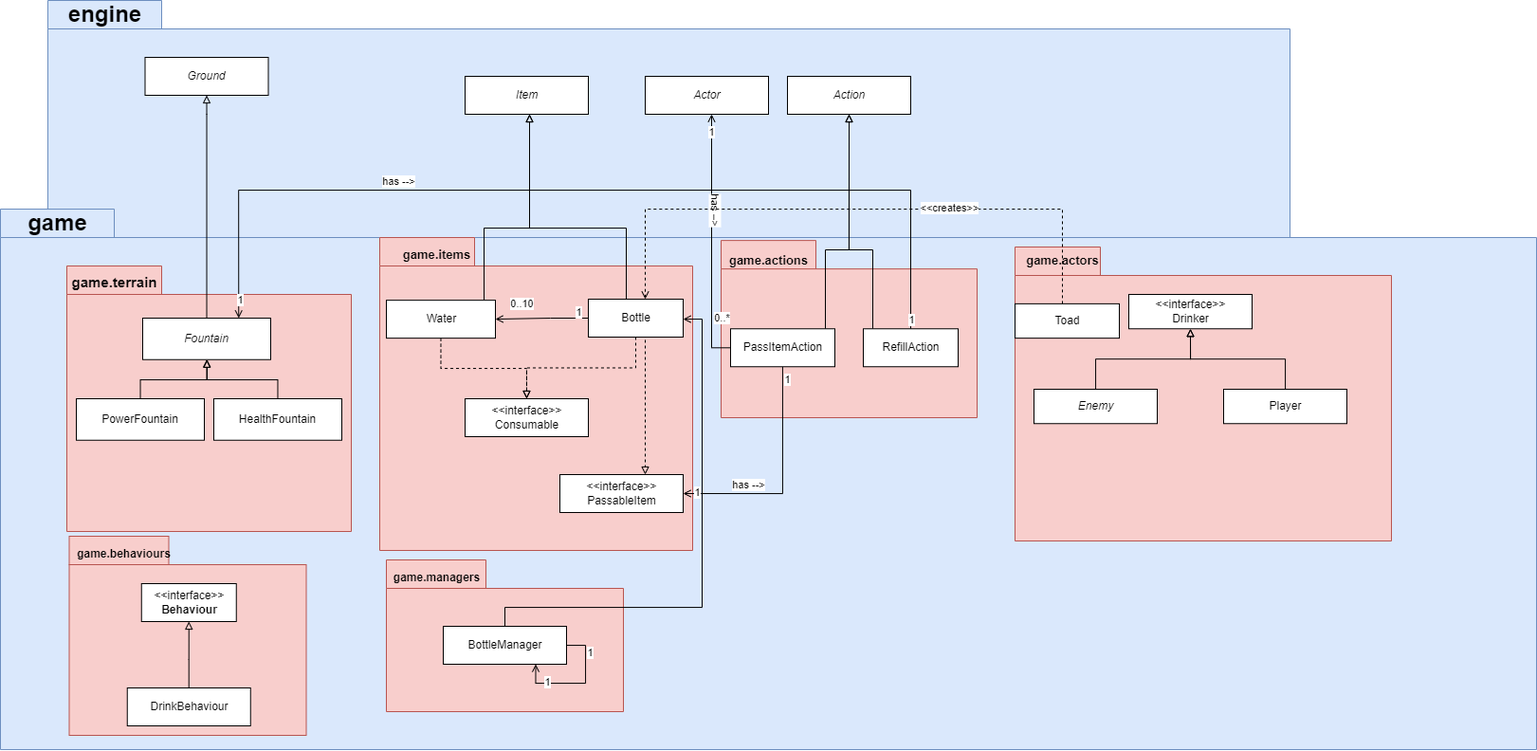
IvanChann/Mario.... keeps this draw.io diagram as docs/A3 REQ3 UML Diagram by Andy.png. Above is the earlier version. Source tidied: cells renumbered, new cells last; positions are measured from the earlier drawing's top-left corner, leaving out a move shared by most shapes.
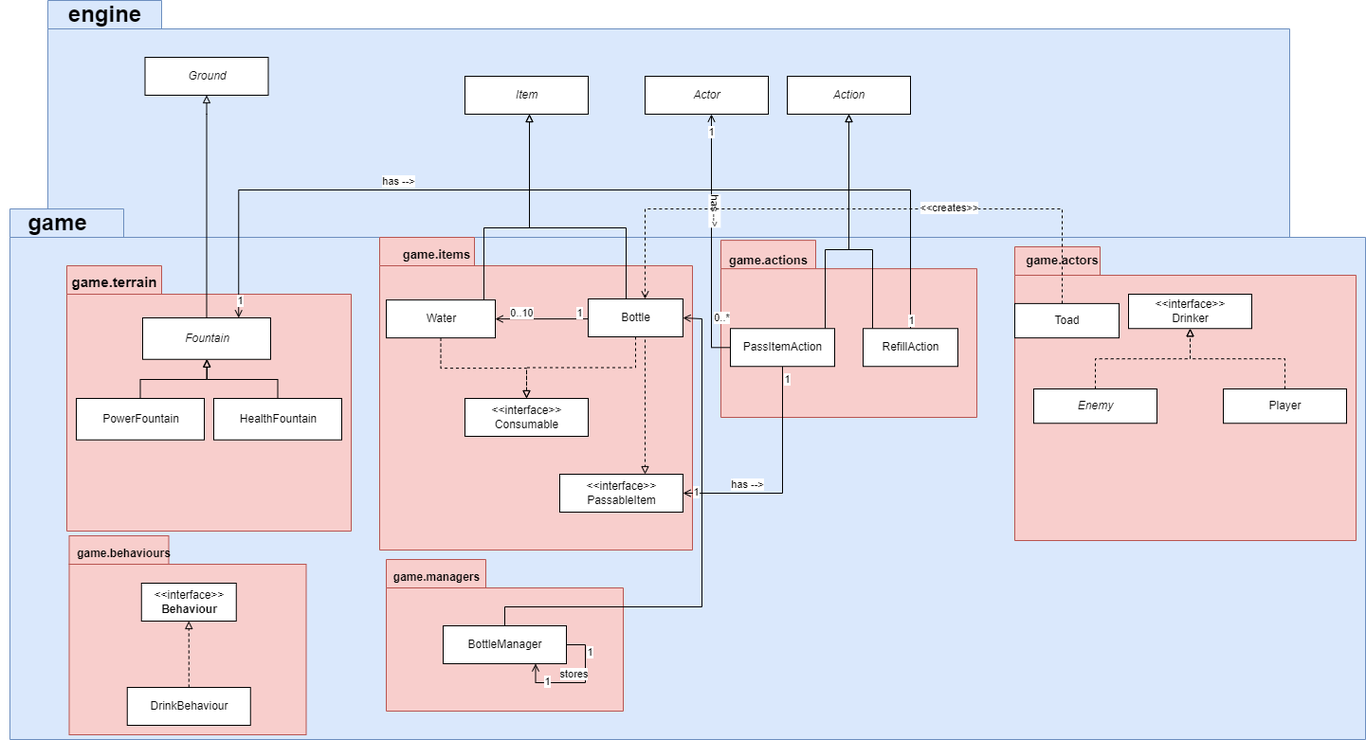
After the change.

Commit message:
Fixed some errors in A3 REQ3 UML diagram

Diff of the diagram source:
```diff
@@ -6,7 +6,7 @@
       <mxGeometry x="50" width="1310" height="250" as="geometry" />
     </mxCell>
     <mxCell id="3" style="shape=folder;fontStyle=1;spacingTop=10;tabWidth=120;tabHeight=30;tabPosition=left;html=1;fillColor=#dae8fc;strokeColor=#6c8ebf;" parent="1" vertex="1">
-      <mxGeometry y="220" width="1620" height="570" as="geometry" />
+      <mxGeometry x="10" y="220" width="1430" height="560" as="geometry" />
     </mxCell>
     <mxCell id="4" style="shape=folder;fontStyle=1;spacingTop=10;tabWidth=100;tabHeight=30;tabPosition=left;html=1;fillColor=#f8cecc;strokeColor=#b85450;" parent="1" vertex="1">
       <mxGeometry x="760" y="253.1" width="270" height="186.9" as="geometry" />
@@ -21,12 +21,12 @@
       <mxGeometry x="50" width="120" height="30" as="geometry" />
     </mxCell>
     <mxCell id="8" style="shape=folder;fontStyle=1;spacingTop=10;tabWidth=90;tabHeight=30;tabPosition=left;html=1;fillColor=#f8cecc;strokeColor=#b85450;" parent="1" vertex="1">
-      <mxGeometry x="1070" y="260" width="397" height="310" as="geometry" />
+      <mxGeometry x="1070" y="260" width="360" height="310" as="geometry" />
     </mxCell>
     <mxCell id="9" value="&lt;i&gt;Item&lt;/i&gt;" style="html=1;" parent="1" vertex="1">
       <mxGeometry x="490" y="80" width="130" height="40" as="geometry" />
     </mxCell>
-    <mxCell id="10" style="edgeStyle=orthogonalEdgeStyle;rounded=0;jettySize=auto;html=1;entryX=0.5;entryY=1;entryDx=0;entryDy=0;endArrow=block;endFill=0;" parent="1" edge="1" source="11" target="57">
+    <mxCell id="10" style="edgeStyle=orthogonalEdgeStyle;rounded=0;jettySize=auto;html=1;entryX=0.5;entryY=1;entryDx=0;entryDy=0;endArrow=block;endFill=0;dashed=1;" parent="1" edge="1" source="11" target="57">
       <mxGeometry relative="1" as="geometry" />
     </mxCell>
     <mxCell id="11" value="&lt;i&gt;Enemy&lt;/i&gt;" style="html=1;" parent="1" vertex="1">
@@ -62,11 +62,9 @@
       </mxGeometry>
     </mxCell>
     <mxCell id="20" value="0..10" style="edgeStyle=orthogonalEdgeStyle;rounded=0;jettySize=auto;html=1;endArrow=open;endFill=0;entryX=1;entryY=0.5;entryDx=0;entryDy=0;exitX=0;exitY=0.5;exitDx=0;exitDy=0;" parent="1" edge="1" source="43" target="24">
-      <mxGeometry x="0.42" y="-16" relative="1" as="geometry">
+      <mxGeometry x="0.43" y="-6" relative="1" as="geometry">
         <Array as="points">
-          <mxPoint x="580" y="335" />
-          <mxPoint x="610" y="336" />
-          <mxPoint x="522" y="335" />
+          <mxPoint x="620" y="336" />
         </Array>
       </mxGeometry>
     </mxCell>
@@ -217,6 +215,11 @@
     <mxCell id="50" value="1" style="edgeLabel;html=1;align=center;verticalAlign=middle;" parent="48" vertex="1">
       <mxGeometry x="0.53" y="-2" relative="1" as="geometry" />
     </mxCell>
+    <mxCell id="71" value="stores" style="edgeLabel;html=1;align=center;verticalAlign=middle;" parent="48" vertex="1">
+      <mxGeometry x="0.1" y="-1" relative="1" as="geometry">
+        <mxPoint y="-9" as="offset" />
+      </mxGeometry>
+    </mxCell>
     <mxCell id="51" style="edgeStyle=orthogonalEdgeStyle;rounded=0;jettySize=auto;html=1;entryX=0.5;entryY=1;entryDx=0;entryDy=0;endArrow=block;endFill=0;" parent="1" edge="1" source="56" target="61">
       <mxGeometry relative="1" as="geometry">
         <Array as="points">
@@ -266,7 +269,7 @@
     <mxCell id="61" value="&lt;i&gt;Action&lt;/i&gt;" style="html=1;" parent="1" vertex="1">
       <mxGeometry x="830" y="80" width="130" height="40" as="geometry" />
     </mxCell>
-    <mxCell id="62" style="edgeStyle=orthogonalEdgeStyle;rounded=0;jettySize=auto;html=1;entryX=0.5;entryY=1;entryDx=0;entryDy=0;endArrow=block;endFill=0;" parent="1" edge="1" source="63" target="57">
+    <mxCell id="62" style="edgeStyle=orthogonalEdgeStyle;rounded=0;jettySize=auto;html=1;entryX=0.5;entryY=1;entryDx=0;entryDy=0;endArrow=block;endFill=0;dashed=1;" parent="1" edge="1" source="63" target="57">
       <mxGeometry relative="1" as="geometry" />
     </mxCell>
     <mxCell id="63" value="Player" style="html=1;" parent="1" vertex="1">
@@ -296,7 +299,7 @@
     <mxCell id="68" value="&amp;lt;&amp;lt;interface&amp;gt;&amp;gt;&lt;br&gt;&lt;b&gt;Behaviour&lt;/b&gt;" style="html=1;" parent="1" vertex="1">
       <mxGeometry x="148.8" y="615" width="100" height="40" as="geometry" />
     </mxCell>
-    <mxCell id="69" style="edgeStyle=orthogonalEdgeStyle;rounded=0;jettySize=auto;html=1;entryX=0.5;entryY=1;entryDx=0;entryDy=0;endArrow=block;endFill=0;" parent="1" edge="1" source="70" target="68">
+    <mxCell id="69" style="edgeStyle=orthogonalEdgeStyle;rounded=0;jettySize=auto;html=1;entryX=0.5;entryY=1;entryDx=0;entryDy=0;endArrow=block;endFill=0;dashed=1;" parent="1" edge="1" source="70" target="68">
       <mxGeometry relative="1" as="geometry">
         <Array as="points">
           <mxPoint x="198.2" y="695" />
```
